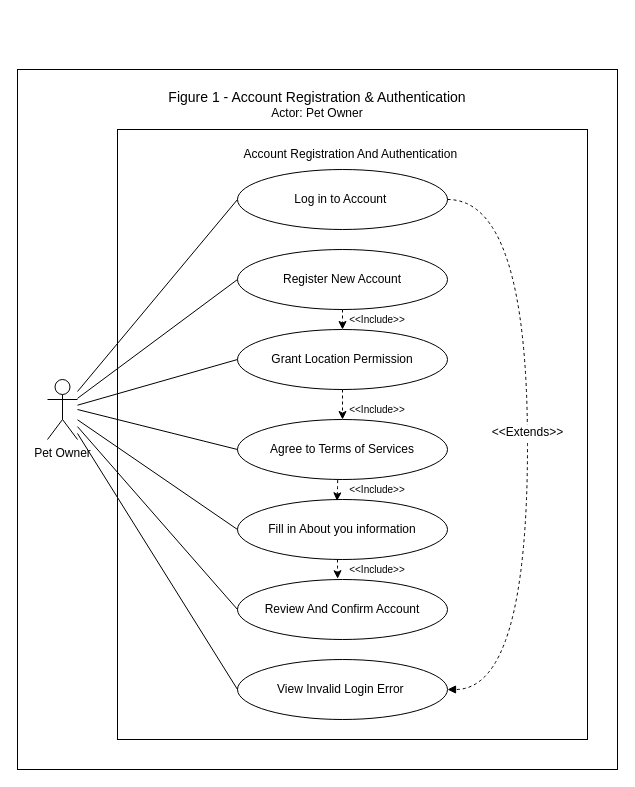
Before: page "figure 1" (1 of 10) of USE-CASE_Diagram_Franco.drawio in Chels013/Breedr-Diagrams, a draw.io diagram. Source tidied: cells renumbered, new cells numbered last; positions are measured from the earlier drawing's top-left corner, leaving out a move shared by most shapes. Both pictures are drawn from the tidied source at 100%, with x=0, y=0 at pixel (17, 17).
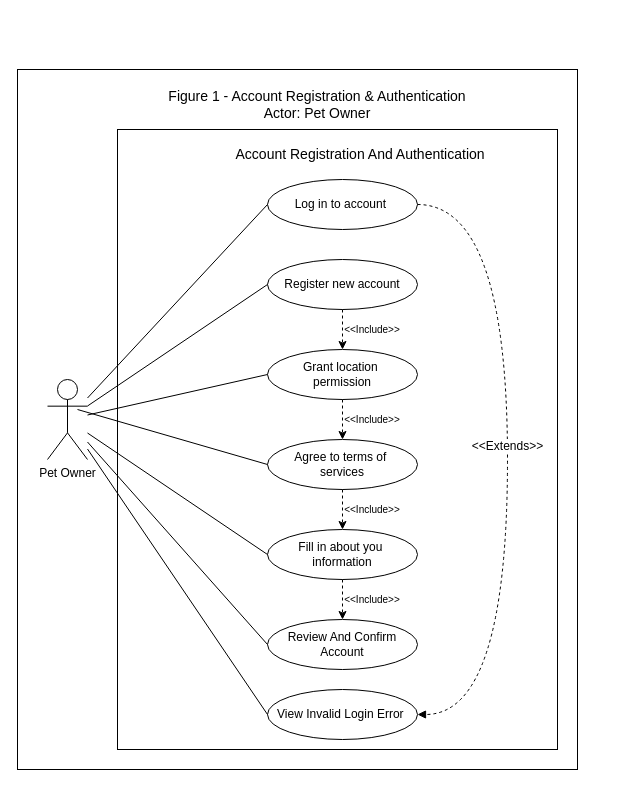
The same diagram, later.

Commit message (it also covers changes not shown here):
i revised the figure 8 and change the arrows a little bit

Change to the diagram source:
```diff
@@
     <mxCell id="2" value="&lt;div&gt;&lt;div&gt;&lt;/div&gt;&lt;/div&gt;" style="rounded=0;whiteSpace=wrap;html=1;" parent="1" vertex="1">
-      <mxGeometry y="52" width="600" height="700" as="geometry" />
+      <mxGeometry y="52" width="560" height="700" as="geometry" />
     </mxCell>
@@
     <mxCell id="4" value="Pet Owner" style="shape=umlActor;verticalLabelPosition=bottom;verticalAlign=top;html=1;outlineConnect=0;" parent="1" vertex="1">
-      <mxGeometry x="30" y="362" width="30" height="60" as="geometry" />
+      <mxGeometry x="30" y="362" width="40" height="80" as="geometry" />
     </mxCell>
-    <mxCell id="5" value="&lt;font style=&quot;color: rgb(0, 0, 0);&quot;&gt;&lt;font style=&quot;font-size: 14px;&quot;&gt;Figure 1 - Account Registration &amp;amp; Authentication&lt;/font&gt;&lt;br&gt;Actor: Pet Owner&lt;/font&gt;" style="text;html=1;align=center;verticalAlign=middle;whiteSpace=wrap;rounded=0;fontFamily=Helvetica;fontSize=12;fontColor=default;" parent="1" vertex="1">
+    <mxCell id="5" value="&lt;font style=&quot;color: rgb(0, 0, 0);&quot;&gt;&lt;font&gt;Figure 1 - Account Registration &amp;amp; Authentication&lt;/font&gt;&lt;br&gt;Actor: Pet Owner&lt;/font&gt;" style="text;html=1;align=center;verticalAlign=middle;whiteSpace=wrap;rounded=0;fontFamily=Helvetica;fontSize=14;fontColor=default;" parent="1" vertex="1">
       <mxGeometry x="120" y="72" width="360" height="30" as="geometry" />
     </mxCell>
     <mxCell id="6" style="rounded=0;whiteSpace=wrap;html=1;align=center;verticalAlign=middle;fontFamily=Helvetica;fontSize=12;fontColor=default;fillColor=none;gradientColor=none;" parent="1" vertex="1">
-      <mxGeometry x="100" y="112" width="470" height="610" as="geometry" />
+      <mxGeometry x="100" y="112" width="440" height="620" as="geometry" />
     </mxCell>
-    <mxCell id="7" value="Account Registration And Authentication&amp;nbsp;" style="text;html=1;align=center;verticalAlign=middle;whiteSpace=wrap;rounded=0;fontFamily=Helvetica;fontSize=12;fontColor=default;" parent="1" vertex="1">
-      <mxGeometry x="210" y="122" width="250" height="30" as="geometry" />
+    <mxCell id="7" value="Account Registration And Authentication&amp;nbsp;" style="text;html=1;align=center;verticalAlign=middle;whiteSpace=wrap;rounded=0;fontFamily=Helvetica;fontSize=14;fontColor=default;" parent="1" vertex="1">
+      <mxGeometry x="200" y="122" width="290" height="30" as="geometry" />
     </mxCell>
-    <mxCell id="8" value="Log in to Account&amp;nbsp;" style="ellipse;whiteSpace=wrap;html=1;rounded=0;align=center;verticalAlign=middle;fontFamily=Helvetica;fontSize=12;fontColor=default;fillColor=none;gradientColor=none;" parent="1" vertex="1">
-      <mxGeometry x="220" y="152" width="210" height="60" as="geometry" />
+    <mxCell id="8" value="Log in to account&amp;nbsp;" style="ellipse;whiteSpace=wrap;html=1;rounded=0;align=center;verticalAlign=middle;fontFamily=Helvetica;fontSize=12;fontColor=default;fillColor=none;gradientColor=none;" parent="1" vertex="1">
+      <mxGeometry x="250" y="162" width="150" height="50" as="geometry" />
     </mxCell>
-    <mxCell id="9" value="Register New Account" style="ellipse;whiteSpace=wrap;html=1;rounded=0;align=center;verticalAlign=middle;fontFamily=Helvetica;fontSize=12;fontColor=default;fillColor=none;gradientColor=none;" parent="1" vertex="1">
-      <mxGeometry x="220" y="232" width="210" height="60" as="geometry" />
+    <mxCell id="9" value="Register new account" style="ellipse;whiteSpace=wrap;html=1;rounded=0;align=center;verticalAlign=middle;fontFamily=Helvetica;fontSize=12;fontColor=default;fillColor=none;gradientColor=none;" parent="1" vertex="1">
+      <mxGeometry x="250" y="242" width="150" height="50" as="geometry" />
     </mxCell>
-    <mxCell id="10" value="Grant Location Permission" style="ellipse;whiteSpace=wrap;html=1;rounded=0;align=center;verticalAlign=middle;fontFamily=Helvetica;fontSize=12;fontColor=default;fillColor=none;gradientColor=none;" parent="1" vertex="1">
-      <mxGeometry x="220" y="312" width="210" height="60" as="geometry" />
+    <mxCell id="10" value="Grant location&amp;nbsp;&lt;div&gt;permission&lt;/div&gt;" style="ellipse;whiteSpace=wrap;html=1;rounded=0;align=center;verticalAlign=middle;fontFamily=Helvetica;fontSize=12;fontColor=default;fillColor=none;gradientColor=none;" parent="1" vertex="1">
+      <mxGeometry x="250" y="332" width="150" height="50" as="geometry" />
     </mxCell>
-    <mxCell id="11" value="Agree to Terms of Services" style="ellipse;whiteSpace=wrap;html=1;rounded=0;align=center;verticalAlign=middle;fontFamily=Helvetica;fontSize=12;fontColor=default;fillColor=none;gradientColor=none;" parent="1" vertex="1">
-      <mxGeometry x="220" y="402" width="210" height="60" as="geometry" />
+    <mxCell id="11" value="Agree to terms of&amp;nbsp;&lt;div&gt;services&lt;/div&gt;" style="ellipse;whiteSpace=wrap;html=1;rounded=0;align=center;verticalAlign=middle;fontFamily=Helvetica;fontSize=12;fontColor=default;fillColor=none;gradientColor=none;" parent="1" vertex="1">
+      <mxGeometry x="250" y="422" width="150" height="50" as="geometry" />
     </mxCell>
-    <mxCell id="12" value="Fill in About you information" style="ellipse;whiteSpace=wrap;html=1;rounded=0;align=center;verticalAlign=middle;fontFamily=Helvetica;fontSize=12;fontColor=default;fillColor=none;gradientColor=none;" parent="1" vertex="1">
-      <mxGeometry x="220" y="482" width="210" height="60" as="geometry" />
+    <mxCell id="12" value="Fill in about you&amp;nbsp;&lt;div&gt;information&lt;/div&gt;" style="ellipse;whiteSpace=wrap;html=1;rounded=0;align=center;verticalAlign=middle;fontFamily=Helvetica;fontSize=12;fontColor=default;fillColor=none;gradientColor=none;" parent="1" vertex="1">
+      <mxGeometry x="250" y="512" width="150" height="50" as="geometry" />
     </mxCell>
     <mxCell id="13" value="Review And Confirm Account" style="ellipse;whiteSpace=wrap;html=1;rounded=0;align=center;verticalAlign=middle;fontFamily=Helvetica;fontSize=12;fontColor=default;fillColor=none;gradientColor=none;" parent="1" vertex="1">
-      <mxGeometry x="220" y="562" width="210" height="60" as="geometry" />
+      <mxGeometry x="250" y="602" width="150" height="50" as="geometry" />
     </mxCell>
     <mxCell id="14" value="View Invalid Login Error&amp;nbsp;" style="ellipse;whiteSpace=wrap;html=1;rounded=0;align=center;verticalAlign=middle;fontFamily=Helvetica;fontSize=12;fontColor=default;fillColor=none;gradientColor=none;" parent="1" vertex="1">
-      <mxGeometry x="220" y="642" width="210" height="60" as="geometry" />
+      <mxGeometry x="250" y="672" width="150" height="50" as="geometry" />
     </mxCell>
@@
-    <mxCell id="22" style="html=1;labelBackgroundColor=#ffffff;jettySize=auto;fontSize=14;rounded=0;jumpStyle=gap;edgeStyle=orthogonalEdgeStyle;startArrow=none;endArrow=block;startFill=0;endFill=1;strokeWidth=1;dashed=1;sourcePerimeterSpacing=3;targetPerimeterSpacing=3;fontFamily=Helvetica;fontColor=default;exitX=1;exitY=0.5;exitDx=0;exitDy=0;entryX=1;entryY=0.5;entryDx=0;entryDy=0;curved=1;" parent="1" edge="1" source="8" target="14">
+    <mxCell id="22" style="html=1;labelBackgroundColor=#ffffff;jettySize=auto;fontSize=14;rounded=0;jumpStyle=gap;edgeStyle=orthogonalEdgeStyle;startArrow=none;endArrow=block;startFill=0;endFill=1;strokeWidth=1;dashed=1;sourcePerimeterSpacing=3;targetPerimeterSpacing=3;fontFamily=Helvetica;fontColor=default;exitX=1;exitY=0.5;exitDx=0;exitDy=0;curved=1;entryX=1;entryY=0.5;entryDx=0;entryDy=0;" parent="1" edge="1" source="8" target="14">
       <mxGeometry relative="1" as="geometry">
         <Array as="points">
-          <mxPoint x="510" y="182" />
-          <mxPoint x="510" y="672" />
+          <mxPoint x="490" y="187" />
+          <mxPoint x="490" y="697" />
         </Array>
       </mxGeometry>
     </mxCell>
@@
     <mxCell id="25" value="&lt;font style=&quot;font-size: 10px;&quot;&gt;&amp;lt;&amp;lt;Include&amp;gt;&amp;gt;&lt;/font&gt;" style="text;html=1;align=center;verticalAlign=middle;whiteSpace=wrap;rounded=0;fontFamily=Helvetica;fontSize=12;fontColor=default;" parent="1" vertex="1">
-      <mxGeometry x="330" y="292" width="60" height="20" as="geometry" />
+      <mxGeometry x="325" y="302" width="60" height="20" as="geometry" />
     </mxCell>
     <mxCell id="26" value="&lt;font style=&quot;font-size: 10px;&quot;&gt;&amp;lt;&amp;lt;Include&amp;gt;&amp;gt;&lt;/font&gt;" style="text;html=1;align=center;verticalAlign=middle;whiteSpace=wrap;rounded=0;fontFamily=Helvetica;fontSize=12;fontColor=default;" parent="1" vertex="1">
-      <mxGeometry x="330" y="382" width="60" height="20" as="geometry" />
+      <mxGeometry x="325" y="392" width="60" height="20" as="geometry" />
     </mxCell>
     <mxCell id="27" value="&lt;font style=&quot;font-size: 10px;&quot;&gt;&amp;lt;&amp;lt;Include&amp;gt;&amp;gt;&lt;/font&gt;" style="text;html=1;align=center;verticalAlign=middle;whiteSpace=wrap;rounded=0;fontFamily=Helvetica;fontSize=12;fontColor=default;" parent="1" vertex="1">
-      <mxGeometry x="330" y="462" width="60" height="20" as="geometry" />
+      <mxGeometry x="325" y="482" width="60" height="20" as="geometry" />
     </mxCell>
     <mxCell id="28" value="&lt;font style=&quot;font-size: 10px;&quot;&gt;&amp;lt;&amp;lt;Include&amp;gt;&amp;gt;&lt;/font&gt;" style="text;html=1;align=center;verticalAlign=middle;whiteSpace=wrap;rounded=0;fontFamily=Helvetica;fontSize=12;fontColor=default;" parent="1" vertex="1">
-      <mxGeometry x="330" y="542" width="60" height="20" as="geometry" />
+      <mxGeometry x="325" y="572" width="60" height="20" as="geometry" />
     </mxCell>
@@
-    <mxCell id="30" style="html=1;labelBackgroundColor=#ffffff;startArrow=none;startFill=0;startSize=6;endArrow=classic;endFill=1;endSize=6;jettySize=auto;strokeWidth=1;dashed=1;fontSize=14;fontFamily=Helvetica;fontColor=default;exitX=0.477;exitY=1.01;exitDx=0;exitDy=0;entryX=0.474;entryY=0.022;entryDx=0;entryDy=0;entryPerimeter=0;exitPerimeter=0;" parent="1" edge="1" source="11" target="12">
-      <mxGeometry relative="1" as="geometry">
-        <Array as="points">
-          <mxPoint x="320" y="472" />
-        </Array>
-      </mxGeometry>
+    <mxCell id="30" style="html=1;labelBackgroundColor=#ffffff;startArrow=none;startFill=0;startSize=6;endArrow=classic;endFill=1;endSize=6;jettySize=auto;strokeWidth=1;dashed=1;fontSize=14;fontFamily=Helvetica;fontColor=default;exitX=0.5;exitY=1;exitDx=0;exitDy=0;entryX=0.5;entryY=0;entryDx=0;entryDy=0;" parent="1" edge="1" source="11" target="12">
+      <mxGeometry relative="1" as="geometry" />
     </mxCell>
-    <mxCell id="31" style="html=1;labelBackgroundColor=#ffffff;startArrow=none;startFill=0;startSize=6;endArrow=classic;endFill=1;endSize=6;jettySize=auto;strokeWidth=1;dashed=1;fontSize=14;fontFamily=Helvetica;fontColor=default;entryX=0.477;entryY=-0.013;entryDx=0;entryDy=0;entryPerimeter=0;" parent="1" edge="1" target="13">
-      <mxGeometry relative="1" as="geometry">
-        <mxPoint x="320" y="542" as="sourcePoint" />
-        <Array as="points">
-          <mxPoint x="320" y="552" />
-        </Array>
-      </mxGeometry>
-    </mxCell>
+    <mxCell id="32" style="html=1;labelBackgroundColor=#ffffff;startArrow=none;startFill=0;startSize=6;endArrow=classic;endFill=1;endSize=6;jettySize=auto;strokeWidth=1;dashed=1;fontSize=14;entryX=0.5;entryY=0;entryDx=0;entryDy=0;exitX=0.5;exitY=1;exitDx=0;exitDy=0;" parent="1" edge="1" source="12" target="13">
+      <mxGeometry relative="1" as="geometry" />
+    </mxCell>
```
